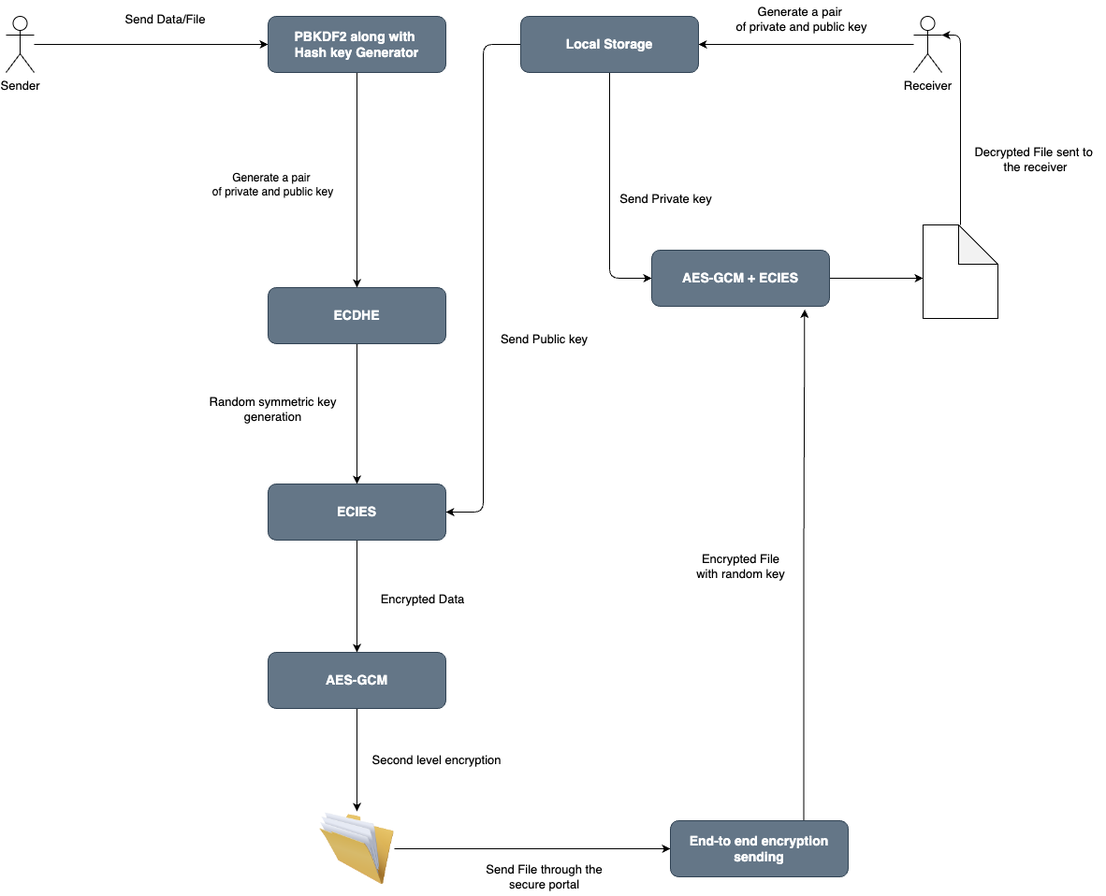
The draw.io diagram Hybrid encryption algo.drawio.png in antirex/blogsite, before a commit. Source tidied: cells renumbered, new cells last; positions are measured from the earlier drawing's top-left corner, leaving out a move shared by most shapes.
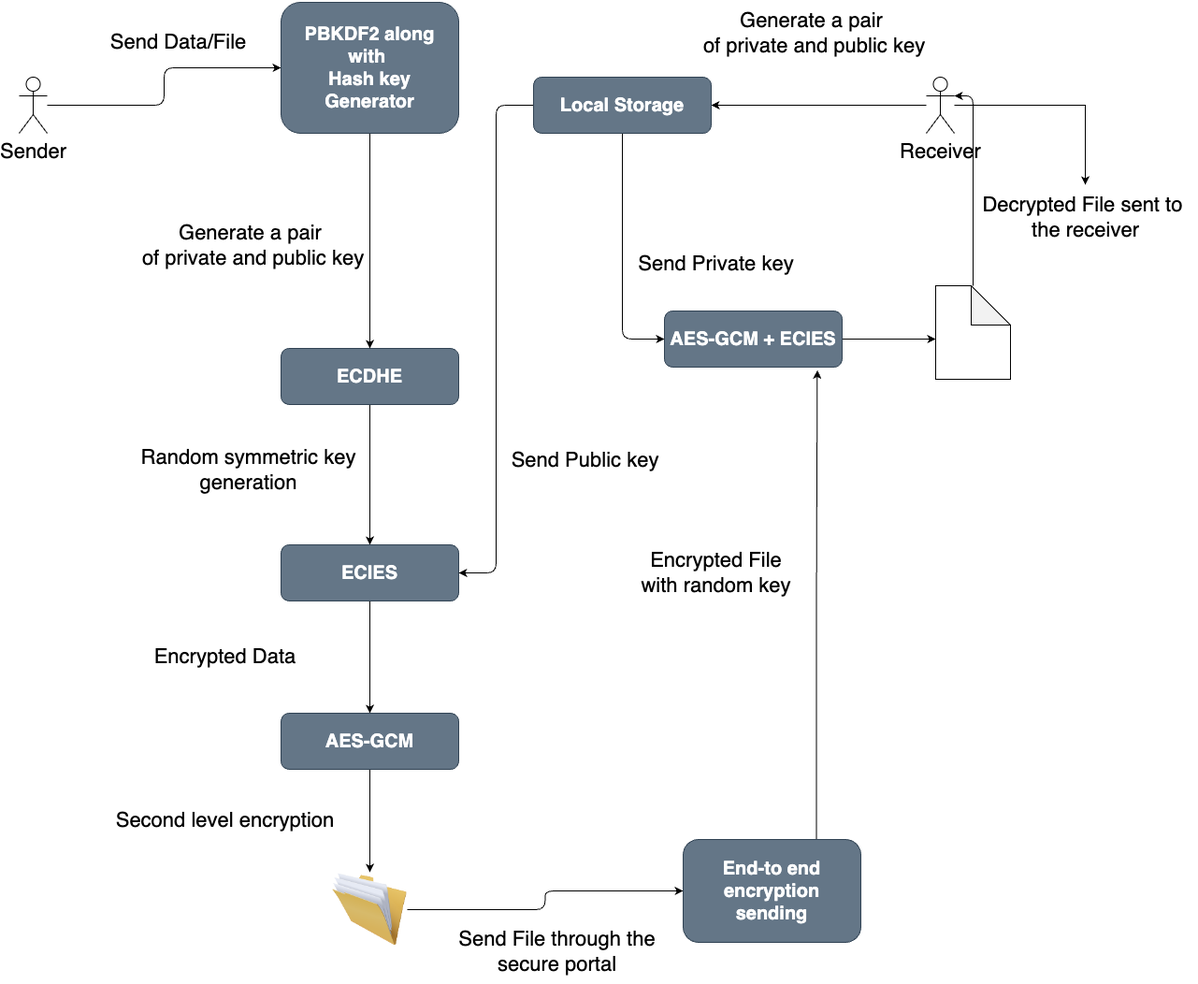
Above is the later version.

Diff of the diagram source:
```diff
@@ -2,111 +2,114 @@
   <root>
     <mxCell id="0" />
     <mxCell id="1" parent="0" />
-    <mxCell id="2" style="edgeStyle=orthogonalEdgeStyle;rounded=1;jettySize=auto;html=1;entryX=0;entryY=0.5;entryDx=0;entryDy=0;" parent="1" edge="1" source="3" target="33">
+    <mxCell id="2" style="edgeStyle=orthogonalEdgeStyle;rounded=1;jettySize=auto;html=1;entryX=0;entryY=0.5;entryDx=0;entryDy=0;fontSize=20;" parent="1" edge="1" source="3" target="33">
       <mxGeometry relative="1" as="geometry" />
     </mxCell>
-    <mxCell id="3" value="&lt;font style=&quot;font-size: 13px;&quot;&gt;Sender&lt;/font&gt;" style="shape=umlActor;verticalLabelPosition=bottom;verticalAlign=top;html=1;outlineConnect=0;rounded=1;" parent="1" vertex="1">
+    <mxCell id="3" value="&lt;font style=&quot;font-size: 22px;&quot;&gt;Sender&lt;/font&gt;" style="shape=umlActor;verticalLabelPosition=bottom;verticalAlign=top;html=1;outlineConnect=0;rounded=1;fontSize=20;" parent="1" vertex="1">
       <mxGeometry y="17" width="30" height="60" as="geometry" />
     </mxCell>
-    <mxCell id="4" style="edgeStyle=orthogonalEdgeStyle;rounded=1;jettySize=auto;html=1;" parent="1" edge="1" source="5">
+    <mxCell id="4" style="edgeStyle=orthogonalEdgeStyle;rounded=1;jettySize=auto;html=1;fontSize=20;" parent="1" edge="1" source="5">
       <mxGeometry relative="1" as="geometry">
         <mxPoint x="740" y="47" as="targetPoint" />
       </mxGeometry>
     </mxCell>
+    <mxCell id="36" style="edgeStyle=orthogonalEdgeStyle;rounded=0;jettySize=auto;html=1;" parent="1" edge="1" source="5" target="28">
+      <mxGeometry relative="1" as="geometry" />
+    </mxCell>
-    <mxCell id="5" value="&lt;font style=&quot;font-size: 13px;&quot;&gt;Receiver&lt;/font&gt;" style="shape=umlActor;verticalLabelPosition=bottom;verticalAlign=top;html=1;outlineConnect=0;rounded=1;" parent="1" vertex="1">
+    <mxCell id="5" value="&lt;font style=&quot;font-size: 22px;&quot;&gt;Receiver&lt;/font&gt;" style="shape=umlActor;verticalLabelPosition=bottom;verticalAlign=top;html=1;outlineConnect=0;rounded=1;fontSize=20;" parent="1" vertex="1">
       <mxGeometry x="970" y="17" width="30" height="60" as="geometry" />
     </mxCell>
-    <mxCell id="6" style="edgeStyle=orthogonalEdgeStyle;rounded=1;jettySize=auto;html=1;entryX=0.5;entryY=0;entryDx=0;entryDy=0;" parent="1" edge="1" source="7" target="10">
+    <mxCell id="6" style="edgeStyle=orthogonalEdgeStyle;rounded=1;jettySize=auto;html=1;entryX=0.5;entryY=0;entryDx=0;entryDy=0;fontSize=20;" parent="1" edge="1" source="7" target="10">
       <mxGeometry relative="1" as="geometry" />
     </mxCell>
-    <mxCell id="7" value="ECDHE" style="rounded=1;whiteSpace=wrap;html=1;fillColor=#647687;fontColor=#ffffff;strokeColor=#314354;fontStyle=1;fontSize=14;" parent="1" vertex="1">
+    <mxCell id="7" value="ECDHE" style="rounded=1;whiteSpace=wrap;html=1;fillColor=#647687;fontColor=#ffffff;strokeColor=#314354;fontStyle=1;fontSize=20;" parent="1" vertex="1">
       <mxGeometry x="280" y="307" width="190" height="60" as="geometry" />
     </mxCell>
-    <mxCell id="8" value="Generate a pair&amp;nbsp;&lt;br style=&quot;&quot;&gt;&lt;span style=&quot;&quot;&gt;of private and public key&lt;/span&gt;" style="text;html=1;align=center;verticalAlign=middle;strokeColor=none;fillColor=none;rounded=1;" parent="1" vertex="1">
-      <mxGeometry x="210" y="177" width="150" height="40" as="geometry" />
+    <mxCell id="8" value="Generate a pair&amp;nbsp;&lt;br style=&quot;font-size: 22px;&quot;&gt;&lt;span style=&quot;font-size: 22px;&quot;&gt;of private and public key&lt;/span&gt;" style="text;html=1;align=center;verticalAlign=middle;strokeColor=none;fillColor=none;rounded=1;fontSize=22;" parent="1" vertex="1">
+      <mxGeometry x="120" y="162" width="260" height="70" as="geometry" />
     </mxCell>
-    <mxCell id="9" style="edgeStyle=orthogonalEdgeStyle;rounded=1;jettySize=auto;html=1;entryX=0.5;entryY=0;entryDx=0;entryDy=0;" parent="1" edge="1" source="10" target="30">
+    <mxCell id="9" style="edgeStyle=orthogonalEdgeStyle;rounded=1;jettySize=auto;html=1;entryX=0.5;entryY=0;entryDx=0;entryDy=0;fontSize=20;" parent="1" edge="1" source="10" target="30">
       <mxGeometry relative="1" as="geometry" />
     </mxCell>
-    <mxCell id="10" value="ECIES" style="rounded=1;whiteSpace=wrap;html=1;fillColor=#647687;fontColor=#ffffff;strokeColor=#314354;fontStyle=1;fontSize=14;" parent="1" vertex="1">
+    <mxCell id="10" value="ECIES" style="rounded=1;whiteSpace=wrap;html=1;fillColor=#647687;fontColor=#ffffff;strokeColor=#314354;fontStyle=1;fontSize=20;" parent="1" vertex="1">
       <mxGeometry x="280" y="517" width="190" height="60" as="geometry" />
     </mxCell>
-    <mxCell id="11" value="Random symmetric key&lt;br style=&quot;font-size: 13px;&quot;&gt;generation" style="text;html=1;align=center;verticalAlign=middle;strokeColor=none;fillColor=none;rounded=1;fontSize=13;" parent="1" vertex="1">
-      <mxGeometry x="205" y="417" width="160" height="40" as="geometry" />
+    <mxCell id="11" value="Random symmetric key&lt;br style=&quot;font-size: 22px;&quot;&gt;generation" style="text;html=1;align=center;verticalAlign=middle;strokeColor=none;fillColor=none;rounded=1;fontSize=22;" parent="1" vertex="1">
+      <mxGeometry x="120" y="402" width="250" height="70" as="geometry" />
     </mxCell>
-    <mxCell id="12" style="edgeStyle=orthogonalEdgeStyle;rounded=1;jettySize=auto;html=1;entryX=1;entryY=0.5;entryDx=0;entryDy=0;" parent="1" edge="1" source="14" target="10">
+    <mxCell id="12" style="edgeStyle=orthogonalEdgeStyle;rounded=1;jettySize=auto;html=1;entryX=1;entryY=0.5;entryDx=0;entryDy=0;fontSize=20;" parent="1" edge="1" source="14" target="10">
       <mxGeometry relative="1" as="geometry" />
     </mxCell>
-    <mxCell id="13" style="edgeStyle=orthogonalEdgeStyle;rounded=1;jettySize=auto;html=1;entryX=0;entryY=0.5;entryDx=0;entryDy=0;" parent="1" edge="1" source="14" target="23">
+    <mxCell id="13" style="edgeStyle=orthogonalEdgeStyle;rounded=1;jettySize=auto;html=1;entryX=0;entryY=0.5;entryDx=0;entryDy=0;fontSize=20;" parent="1" edge="1" source="14" target="23">
       <mxGeometry relative="1" as="geometry" />
     </mxCell>
-    <mxCell id="14" value="Local Storage" style="rounded=1;whiteSpace=wrap;html=1;fillColor=#647687;fontColor=#ffffff;strokeColor=#314354;fontStyle=1;fontSize=14;" parent="1" vertex="1">
+    <mxCell id="14" value="Local Storage" style="rounded=1;whiteSpace=wrap;html=1;fillColor=#647687;fontColor=#ffffff;strokeColor=#314354;fontStyle=1;fontSize=20;" parent="1" vertex="1">
       <mxGeometry x="550" y="17" width="190" height="60" as="geometry" />
     </mxCell>
-    <mxCell id="15" value="Generate a pair&amp;nbsp;&lt;br style=&quot;font-size: 13px;&quot;&gt;of private and public key" style="text;html=1;align=center;verticalAlign=middle;strokeColor=none;fillColor=none;rounded=1;fontSize=13;" parent="1" vertex="1">
-      <mxGeometry x="770" width="160" height="40" as="geometry" />
+    <mxCell id="15" value="Generate a pair&amp;nbsp;&lt;br style=&quot;font-size: 22px;&quot;&gt;of private and public key" style="text;html=1;align=center;verticalAlign=middle;strokeColor=none;fillColor=none;rounded=1;fontSize=22;" parent="1" vertex="1">
+      <mxGeometry x="720" y="-65" width="260" height="70" as="geometry" />
     </mxCell>
-    <mxCell id="16" value="Send Public key" style="text;html=1;align=center;verticalAlign=middle;strokeColor=none;fillColor=none;rounded=1;fontSize=13;" parent="1" vertex="1">
-      <mxGeometry x="515" y="347" width="120" height="30" as="geometry" />
+    <mxCell id="16" value="Send Public key" style="text;html=1;align=center;verticalAlign=middle;strokeColor=none;fillColor=none;rounded=1;fontSize=22;" parent="1" vertex="1">
+      <mxGeometry x="515" y="407" width="180" height="40" as="geometry" />
     </mxCell>
-    <mxCell id="17" value="Second level encryption" style="text;html=1;align=center;verticalAlign=middle;strokeColor=none;fillColor=none;rounded=1;fontSize=13;" parent="1" vertex="1">
-      <mxGeometry x="380" y="797" width="160" height="30" as="geometry" />
+    <mxCell id="17" value="Second level encryption" style="text;html=1;align=center;verticalAlign=middle;strokeColor=none;fillColor=none;rounded=1;fontSize=22;" parent="1" vertex="1">
+      <mxGeometry x="90" y="792" width="260" height="40" as="geometry" />
     </mxCell>
-    <mxCell id="18" style="edgeStyle=orthogonalEdgeStyle;rounded=1;jettySize=auto;html=1;entryX=0;entryY=0.5;entryDx=0;entryDy=0;" parent="1" edge="1" source="19" target="21">
+    <mxCell id="18" style="edgeStyle=orthogonalEdgeStyle;rounded=1;jettySize=auto;html=1;entryX=0;entryY=0.5;entryDx=0;entryDy=0;fontSize=20;" parent="1" edge="1" source="19" target="21">
       <mxGeometry relative="1" as="geometry" />
     </mxCell>
-    <mxCell id="19" style="image;html=1;image=img/lib/clip_art/general/Full_Folder_128x128.png;rounded=1;" parent="1" vertex="1">
+    <mxCell id="19" style="image;html=1;image=img/lib/clip_art/general/Full_Folder_128x128.png;rounded=1;fontSize=20;" parent="1" vertex="1">
       <mxGeometry x="335" y="867" width="80" height="80" as="geometry" />
     </mxCell>
-    <mxCell id="20" style="edgeStyle=orthogonalEdgeStyle;rounded=1;jettySize=auto;html=1;exitX=0.75;exitY=0;exitDx=0;exitDy=0;entryX=0.86;entryY=1.056;entryDx=0;entryDy=0;entryPerimeter=0;" parent="1" edge="1" source="21" target="23">
+    <mxCell id="20" style="edgeStyle=orthogonalEdgeStyle;rounded=1;jettySize=auto;html=1;exitX=0.75;exitY=0;exitDx=0;exitDy=0;entryX=0.86;entryY=1.056;entryDx=0;entryDy=0;entryPerimeter=0;fontSize=20;" parent="1" edge="1" source="21" target="23">
       <mxGeometry relative="1" as="geometry" />
     </mxCell>
-    <mxCell id="21" value="End-to end encryption&lt;br style=&quot;font-size: 14px;&quot;&gt;sending" style="rounded=1;whiteSpace=wrap;html=1;fillColor=#647687;fontColor=#ffffff;strokeColor=#314354;fontStyle=1;fontSize=14;" parent="1" vertex="1">
-      <mxGeometry x="710" y="877" width="190" height="60" as="geometry" />
+    <mxCell id="21" value="End-to end encryption&lt;br style=&quot;font-size: 20px;&quot;&gt;sending" style="rounded=1;whiteSpace=wrap;html=1;fillColor=#647687;fontColor=#ffffff;strokeColor=#314354;fontStyle=1;fontSize=20;" parent="1" vertex="1">
+      <mxGeometry x="710" y="832" width="190" height="110" as="geometry" />
     </mxCell>
-    <mxCell id="22" style="edgeStyle=orthogonalEdgeStyle;rounded=1;jettySize=auto;html=1;" parent="1" edge="1" source="23">
+    <mxCell id="22" style="edgeStyle=orthogonalEdgeStyle;rounded=1;jettySize=auto;html=1;fontSize=20;" parent="1" edge="1" source="23">
       <mxGeometry relative="1" as="geometry">
         <mxPoint x="980" y="297" as="targetPoint" />
       </mxGeometry>
     </mxCell>
-    <mxCell id="23" value="AES-GCM + ECIES" style="rounded=1;whiteSpace=wrap;html=1;fillColor=#647687;fontColor=#ffffff;strokeColor=#314354;fontStyle=1;fontSize=14;" parent="1" vertex="1">
+    <mxCell id="23" value="AES-GCM + ECIES" style="rounded=1;whiteSpace=wrap;html=1;fillColor=#647687;fontColor=#ffffff;strokeColor=#314354;fontStyle=1;fontSize=20;" parent="1" vertex="1">
       <mxGeometry x="690" y="267" width="190" height="60" as="geometry" />
     </mxCell>
-    <mxCell id="24" value="Send Private key" style="text;html=1;align=center;verticalAlign=middle;strokeColor=none;fillColor=none;rounded=1;fontSize=13;" parent="1" vertex="1">
-      <mxGeometry x="645" y="197" width="120" height="30" as="geometry" />
+    <mxCell id="24" value="Send Private key" style="text;html=1;align=center;verticalAlign=middle;strokeColor=none;fillColor=none;rounded=1;fontSize=22;" parent="1" vertex="1">
+      <mxGeometry x="650" y="197" width="190" height="40" as="geometry" />
     </mxCell>
-    <mxCell id="25" value="Encrypted File&lt;br style=&quot;font-size: 13px;&quot;&gt;with&amp;nbsp;random key" style="text;html=1;align=center;verticalAlign=middle;strokeColor=none;fillColor=none;rounded=1;spacing=2;fontSize=13;" parent="1" vertex="1">
-      <mxGeometry x="725" y="585" width="120" height="40" as="geometry" />
+    <mxCell id="25" value="Encrypted File&lt;br style=&quot;font-size: 22px;&quot;&gt;with&amp;nbsp;random key" style="text;html=1;align=center;verticalAlign=middle;strokeColor=none;fillColor=none;rounded=1;spacing=2;fontSize=22;" parent="1" vertex="1">
+      <mxGeometry x="655" y="512" width="180" height="70" as="geometry" />
     </mxCell>
-    <mxCell id="26" style="edgeStyle=orthogonalEdgeStyle;rounded=1;jettySize=auto;html=1;entryX=1;entryY=0.3333333333333333;entryDx=0;entryDy=0;entryPerimeter=0;" parent="1" edge="1" source="27" target="5">
+    <mxCell id="26" style="edgeStyle=orthogonalEdgeStyle;rounded=1;jettySize=auto;html=1;entryX=1;entryY=0.3333333333333333;entryDx=0;entryDy=0;entryPerimeter=0;fontSize=20;" parent="1" edge="1" source="27" target="5">
       <mxGeometry relative="1" as="geometry" />
     </mxCell>
-    <mxCell id="27" style="shape=note;whiteSpace=wrap;html=1;backgroundOutline=1;darkOpacity=0.05;size=42;rounded=1;" parent="1" vertex="1">
+    <mxCell id="27" style="shape=note;whiteSpace=wrap;html=1;backgroundOutline=1;darkOpacity=0.05;size=42;rounded=1;fontSize=20;" parent="1" vertex="1">
       <mxGeometry x="980" y="240" width="80" height="100" as="geometry" />
     </mxCell>
-    <mxCell id="28" value="Decrypted File sent to&amp;nbsp;&lt;br style=&quot;font-size: 13px;&quot;&gt;the receiver" style="text;html=1;align=center;verticalAlign=middle;points=[];strokeColor=none;fillColor=none;rounded=1;fontSize=13;" parent="1" vertex="1">
-      <mxGeometry x="1025" y="150" width="150" height="40" as="geometry" />
+    <mxCell id="28" value="Decrypted File sent to&amp;nbsp;&lt;br style=&quot;font-size: 22px;&quot;&gt;the receiver" style="text;html=1;align=center;verticalAlign=middle;points=[];strokeColor=none;fillColor=none;rounded=1;fontSize=22;" parent="1" vertex="1">
+      <mxGeometry x="1020" y="132" width="240" height="70" as="geometry" />
     </mxCell>
-    <mxCell id="29" style="edgeStyle=orthogonalEdgeStyle;rounded=1;jettySize=auto;html=1;entryX=0.5;entryY=0;entryDx=0;entryDy=0;" parent="1" edge="1" source="30" target="19">
+    <mxCell id="29" style="edgeStyle=orthogonalEdgeStyle;rounded=1;jettySize=auto;html=1;entryX=0.5;entryY=0;entryDx=0;entryDy=0;fontSize=20;" parent="1" edge="1" source="30" target="19">
       <mxGeometry relative="1" as="geometry" />
     </mxCell>
-    <mxCell id="30" value="AES-GCM" style="rounded=1;whiteSpace=wrap;html=1;fillColor=#647687;fontColor=#ffffff;strokeColor=#314354;fontStyle=1;fontSize=14;" parent="1" vertex="1">
+    <mxCell id="30" value="AES-GCM" style="rounded=1;whiteSpace=wrap;html=1;fillColor=#647687;fontColor=#ffffff;strokeColor=#314354;fontStyle=1;fontSize=20;" parent="1" vertex="1">
       <mxGeometry x="280" y="697" width="190" height="60" as="geometry" />
     </mxCell>
-    <mxCell id="31" value="Encrypted Data" style="text;html=1;align=center;verticalAlign=middle;strokeColor=none;fillColor=none;rounded=1;fontSize=13;" parent="1" vertex="1">
-      <mxGeometry x="390" y="625" width="110" height="30" as="geometry" />
+    <mxCell id="31" value="Encrypted Data" style="text;html=1;align=center;verticalAlign=middle;strokeColor=none;fillColor=none;rounded=1;fontSize=22;" parent="1" vertex="1">
+      <mxGeometry x="130" y="617" width="180" height="40" as="geometry" />
     </mxCell>
-    <mxCell id="32" style="edgeStyle=orthogonalEdgeStyle;rounded=1;jettySize=auto;html=1;entryX=0.5;entryY=0;entryDx=0;entryDy=0;" parent="1" edge="1" source="33" target="7">
+    <mxCell id="32" style="edgeStyle=orthogonalEdgeStyle;rounded=1;jettySize=auto;html=1;entryX=0.5;entryY=0;entryDx=0;entryDy=0;fontSize=20;" parent="1" edge="1" source="33" target="7">
       <mxGeometry relative="1" as="geometry" />
     </mxCell>
-    <mxCell id="33" value="PBKDF2 along with&amp;nbsp;&lt;br style=&quot;font-size: 14px;&quot;&gt;Hash key Generator" style="rounded=1;whiteSpace=wrap;html=1;fillColor=#647687;strokeColor=#314354;fontColor=#ffffff;fontStyle=1;fontSize=14;" parent="1" vertex="1">
-      <mxGeometry x="280" y="17" width="190" height="60" as="geometry" />
+    <mxCell id="33" value="PBKDF2 along with&amp;nbsp;&lt;br style=&quot;font-size: 20px;&quot;&gt;Hash key Generator" style="rounded=1;whiteSpace=wrap;html=1;fillColor=#647687;strokeColor=#314354;fontColor=#ffffff;fontStyle=1;fontSize=20;" parent="1" vertex="1">
+      <mxGeometry x="280" y="-63" width="190" height="140" as="geometry" />
     </mxCell>
-    <mxCell id="34" value="Send Data/File" style="text;html=1;align=center;verticalAlign=middle;strokeColor=none;fillColor=none;rounded=1;fontSize=13;" parent="1" vertex="1">
-      <mxGeometry x="115" y="5" width="110" height="30" as="geometry" />
+    <mxCell id="34" value="Send Data/File" style="text;html=1;align=center;verticalAlign=middle;strokeColor=none;fillColor=none;rounded=1;fontSize=22;" parent="1" vertex="1">
+      <mxGeometry x="85" y="-40" width="170" height="40" as="geometry" />
     </mxCell>
-    <mxCell id="35" value="Send File through the&lt;br style=&quot;font-size: 13px;&quot;&gt;secure portal" style="text;html=1;align=center;verticalAlign=middle;strokeColor=none;fillColor=none;fontSize=13;" parent="1" vertex="1">
-      <mxGeometry x="500" y="917" width="150" height="40" as="geometry" />
+    <mxCell id="35" value="Send File through the&lt;br style=&quot;font-size: 22px;&quot;&gt;secure portal" style="text;html=1;align=center;verticalAlign=middle;strokeColor=none;fillColor=none;fontSize=22;" parent="1" vertex="1">
+      <mxGeometry x="460" y="917" width="230" height="70" as="geometry" />
     </mxCell>
   </root>
 </mxGraphModel>
```
